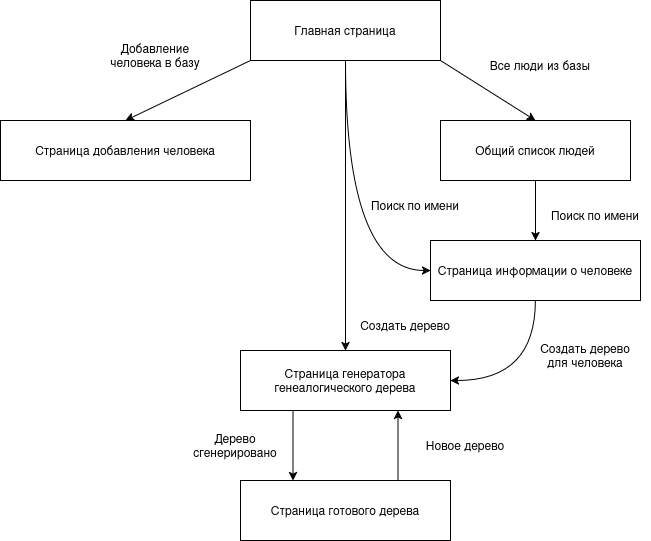
The draw.io diagram pictures/Java task webpage diagram.drawio.png in biscuit-cookie/java-prac-cmc-msu, before a commit. Source tidied: cells renumbered, new cells last; positions are measured from the earlier drawing's top-left corner, leaving out a move shared by most shapes. Its diagram source:
```xml
<mxGraphModel>
  <root>
    <mxCell id="0" />
    <mxCell id="1" parent="0" />
    <mxCell id="2" style="edgeStyle=none;rounded=0;jettySize=auto;html=1;exitX=0;exitY=1;exitDx=0;exitDy=0;entryX=0.5;entryY=0;entryDx=0;entryDy=0;" parent="1" edge="1" source="6" target="7">
      <mxGeometry relative="1" as="geometry" />
    </mxCell>
    <mxCell id="3" style="edgeStyle=none;rounded=0;jettySize=auto;html=1;exitX=1;exitY=1;exitDx=0;exitDy=0;entryX=0.5;entryY=0;entryDx=0;entryDy=0;" parent="1" edge="1" source="6" target="9">
      <mxGeometry relative="1" as="geometry" />
    </mxCell>
    <mxCell id="4" style="edgeStyle=orthogonalEdgeStyle;curved=1;rounded=0;jettySize=auto;html=1;exitX=0.5;exitY=1;exitDx=0;exitDy=0;entryX=0;entryY=0.5;entryDx=0;entryDy=0;" parent="1" edge="1" source="6" target="11">
      <mxGeometry relative="1" as="geometry" />
    </mxCell>
    <mxCell id="5" style="edgeStyle=none;rounded=0;jettySize=auto;html=1;exitX=0.5;exitY=1;exitDx=0;exitDy=0;entryX=0.5;entryY=0;entryDx=0;entryDy=0;" parent="1" edge="1" source="6" target="13">
      <mxGeometry relative="1" as="geometry" />
    </mxCell>
    <mxCell id="6" value="Главная страница" style="rounded=0;whiteSpace=wrap;html=1;" parent="1" vertex="1">
      <mxGeometry x="250" width="190" height="60" as="geometry" />
    </mxCell>
    <mxCell id="7" value="Страница добавления человека" style="rounded=0;whiteSpace=wrap;html=1;" parent="1" vertex="1">
      <mxGeometry y="120" width="250" height="60" as="geometry" />
    </mxCell>
    <mxCell id="8" style="edgeStyle=none;rounded=0;jettySize=auto;html=1;exitX=0.5;exitY=1;exitDx=0;exitDy=0;entryX=0.5;entryY=0;entryDx=0;entryDy=0;" parent="1" edge="1" source="9" target="11">
      <mxGeometry relative="1" as="geometry" />
    </mxCell>
    <mxCell id="9" value="Общий список людей" style="rounded=0;whiteSpace=wrap;html=1;" parent="1" vertex="1">
      <mxGeometry x="440" y="120" width="190" height="60" as="geometry" />
    </mxCell>
    <mxCell id="10" style="edgeStyle=orthogonalEdgeStyle;curved=1;rounded=0;jettySize=auto;html=1;exitX=0.5;exitY=1;exitDx=0;exitDy=0;entryX=1;entryY=0.5;entryDx=0;entryDy=0;" parent="1" edge="1" source="11" target="13">
      <mxGeometry relative="1" as="geometry" />
    </mxCell>
    <mxCell id="11" value="Страница информации о человеке" style="rounded=0;whiteSpace=wrap;html=1;" parent="1" vertex="1">
      <mxGeometry x="430" y="240" width="210" height="60" as="geometry" />
    </mxCell>
    <mxCell id="12" style="edgeStyle=none;rounded=0;jettySize=auto;html=1;exitX=0.25;exitY=1;exitDx=0;exitDy=0;entryX=0.25;entryY=0;entryDx=0;entryDy=0;" parent="1" edge="1" source="13" target="15">
      <mxGeometry relative="1" as="geometry" />
    </mxCell>
    <mxCell id="13" value="Страница генератора генеалогического дерева" style="rounded=0;whiteSpace=wrap;html=1;" parent="1" vertex="1">
      <mxGeometry x="240" y="350" width="210" height="60" as="geometry" />
    </mxCell>
    <mxCell id="14" style="edgeStyle=none;rounded=0;jettySize=auto;html=1;exitX=0.75;exitY=0;exitDx=0;exitDy=0;entryX=0.75;entryY=1;entryDx=0;entryDy=0;" parent="1" edge="1" source="15" target="13">
      <mxGeometry relative="1" as="geometry" />
    </mxCell>
    <mxCell id="15" value="Страница готового дерева" style="rounded=0;whiteSpace=wrap;html=1;" parent="1" vertex="1">
      <mxGeometry x="240" y="480" width="210" height="60" as="geometry" />
    </mxCell>
    <mxCell id="16" value="Добавление человека в базу" style="text;html=1;whiteSpace=wrap;strokeColor=none;fillColor=none;align=center;verticalAlign=middle;rounded=0;" parent="1" vertex="1">
      <mxGeometry x="100" y="40" width="110" height="30" as="geometry" />
    </mxCell>
    <mxCell id="17" value="Все люди из базы" style="text;html=1;whiteSpace=wrap;strokeColor=none;fillColor=none;align=center;verticalAlign=middle;rounded=0;" parent="1" vertex="1">
      <mxGeometry x="485" y="50" width="110" height="30" as="geometry" />
    </mxCell>
    <mxCell id="18" value="Поиск по имени" style="text;html=1;whiteSpace=wrap;strokeColor=none;fillColor=none;align=center;verticalAlign=middle;rounded=0;" parent="1" vertex="1">
      <mxGeometry x="540" y="200" width="110" height="30" as="geometry" />
    </mxCell>
    <mxCell id="19" value="Поиск по имени" style="text;html=1;whiteSpace=wrap;strokeColor=none;fillColor=none;align=center;verticalAlign=middle;rounded=0;" parent="1" vertex="1">
      <mxGeometry x="360" y="190" width="110" height="30" as="geometry" />
    </mxCell>
    <mxCell id="20" value="Создать дерево для человека" style="text;html=1;whiteSpace=wrap;strokeColor=none;fillColor=none;align=center;verticalAlign=middle;rounded=0;" parent="1" vertex="1">
      <mxGeometry x="530" y="340" width="110" height="30" as="geometry" />
    </mxCell>
    <mxCell id="21" value="Дерево сгенерировано" style="text;html=1;whiteSpace=wrap;strokeColor=none;fillColor=none;align=center;verticalAlign=middle;rounded=0;" parent="1" vertex="1">
      <mxGeometry x="180" y="430" width="110" height="30" as="geometry" />
    </mxCell>
    <mxCell id="22" value="Создать дерево" style="text;html=1;whiteSpace=wrap;strokeColor=none;fillColor=none;align=center;verticalAlign=middle;rounded=0;" parent="1" vertex="1">
      <mxGeometry x="350" y="310" width="110" height="30" as="geometry" />
    </mxCell>
    <mxCell id="23" value="Новое дерево" style="text;html=1;whiteSpace=wrap;strokeColor=none;fillColor=none;align=center;verticalAlign=middle;rounded=0;" parent="1" vertex="1">
      <mxGeometry x="410" y="430" width="110" height="30" as="geometry" />
    </mxCell>
  </root>
</mxGraphModel>
```
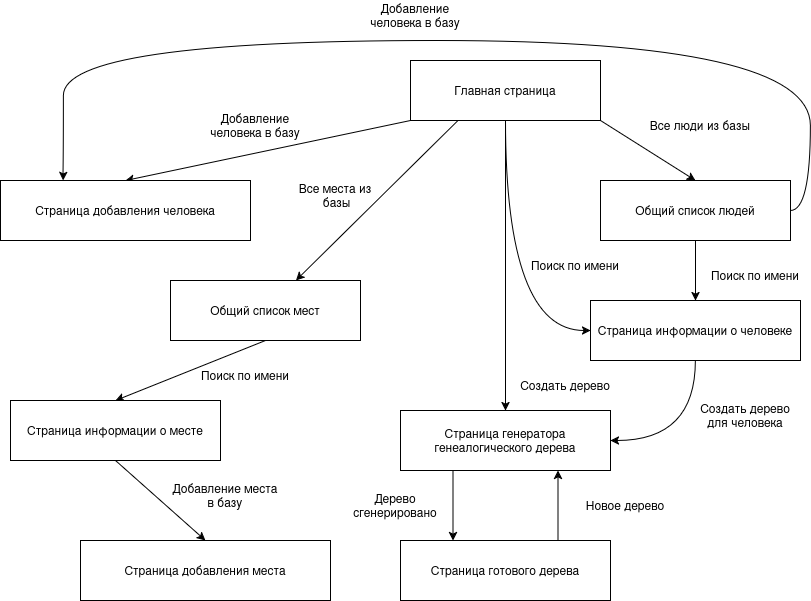
The same diagram one commit later.

Change to the diagram source:
```diff
@@ -14,15 +14,28 @@
     <mxCell id="5" style="edgeStyle=none;rounded=0;jettySize=auto;html=1;exitX=0.5;exitY=1;exitDx=0;exitDy=0;entryX=0.5;entryY=0;entryDx=0;entryDy=0;" parent="1" edge="1" source="6" target="13">
       <mxGeometry relative="1" as="geometry" />
     </mxCell>
+    <mxCell id="24" style="edgeStyle=none;rounded=0;jettySize=auto;html=1;exitX=0.25;exitY=1;exitDx=0;exitDy=0;" parent="1" edge="1" source="6" target="29">
+      <mxGeometry relative="1" as="geometry" />
+    </mxCell>
     <mxCell id="6" value="Главная страница" style="rounded=0;whiteSpace=wrap;html=1;" parent="1" vertex="1">
       <mxGeometry x="250" width="190" height="60" as="geometry" />
     </mxCell>
     <mxCell id="7" value="Страница добавления человека" style="rounded=0;whiteSpace=wrap;html=1;" parent="1" vertex="1">
-      <mxGeometry y="120" width="250" height="60" as="geometry" />
+      <mxGeometry x="-160" y="120" width="250" height="60" as="geometry" />
     </mxCell>
     <mxCell id="8" style="edgeStyle=none;rounded=0;jettySize=auto;html=1;exitX=0.5;exitY=1;exitDx=0;exitDy=0;entryX=0.5;entryY=0;entryDx=0;entryDy=0;" parent="1" edge="1" source="9" target="11">
       <mxGeometry relative="1" as="geometry" />
     </mxCell>
+    <mxCell id="25" style="edgeStyle=orthogonalEdgeStyle;curved=1;rounded=0;jettySize=auto;html=1;exitX=1;exitY=0.5;exitDx=0;exitDy=0;entryX=0.25;entryY=0;entryDx=0;entryDy=0;" parent="1" edge="1" source="9" target="7">
+      <mxGeometry relative="1" as="geometry">
+        <Array as="points">
+          <mxPoint x="650" y="150" />
+          <mxPoint x="650" y="-20" />
+          <mxPoint x="-97" y="-20" />
+          <mxPoint x="-97" y="90" />
+        </Array>
+      </mxGeometry>
+    </mxCell>
     <mxCell id="9" value="Общий список людей" style="rounded=0;whiteSpace=wrap;html=1;" parent="1" vertex="1">
       <mxGeometry x="440" y="120" width="190" height="60" as="geometry" />
     </mxCell>
@@ -45,7 +58,7 @@
       <mxGeometry x="240" y="480" width="210" height="60" as="geometry" />
     </mxCell>
     <mxCell id="16" value="Добавление человека в базу" style="text;html=1;whiteSpace=wrap;strokeColor=none;fillColor=none;align=center;verticalAlign=middle;rounded=0;" parent="1" vertex="1">
-      <mxGeometry x="100" y="40" width="110" height="30" as="geometry" />
+      <mxGeometry x="40" y="50" width="110" height="30" as="geometry" />
     </mxCell>
     <mxCell id="17" value="Все люди из базы" style="text;html=1;whiteSpace=wrap;strokeColor=none;fillColor=none;align=center;verticalAlign=middle;rounded=0;" parent="1" vertex="1">
       <mxGeometry x="485" y="50" width="110" height="30" as="geometry" />
@@ -68,5 +81,32 @@
     <mxCell id="23" value="Новое дерево" style="text;html=1;whiteSpace=wrap;strokeColor=none;fillColor=none;align=center;verticalAlign=middle;rounded=0;" parent="1" vertex="1">
       <mxGeometry x="410" y="430" width="110" height="30" as="geometry" />
     </mxCell>
+    <mxCell id="26" value="Страница добавления места" style="rounded=0;whiteSpace=wrap;html=1;" parent="1" vertex="1">
+      <mxGeometry x="-80" y="480" width="250" height="60" as="geometry" />
+    </mxCell>
+    <mxCell id="27" value="Добавление человека в базу" style="text;html=1;whiteSpace=wrap;strokeColor=none;fillColor=none;align=center;verticalAlign=middle;rounded=0;" parent="1" vertex="1">
+      <mxGeometry x="200" y="-60" width="110" height="30" as="geometry" />
+    </mxCell>
+    <mxCell id="28" style="edgeStyle=none;rounded=0;jettySize=auto;html=1;exitX=0.5;exitY=1;exitDx=0;exitDy=0;entryX=0.5;entryY=0;entryDx=0;entryDy=0;" parent="1" edge="1" source="29" target="32">
+      <mxGeometry relative="1" as="geometry" />
+    </mxCell>
+    <mxCell id="29" value="Общий список мест" style="rounded=0;whiteSpace=wrap;html=1;" parent="1" vertex="1">
+      <mxGeometry x="10" y="220" width="190" height="60" as="geometry" />
+    </mxCell>
+    <mxCell id="30" value="&lt;div&gt;Все места из&lt;/div&gt;&lt;div&gt;&amp;nbsp;базы&lt;/div&gt;" style="text;html=1;whiteSpace=wrap;strokeColor=none;fillColor=none;align=center;verticalAlign=middle;rounded=0;" parent="1" vertex="1">
+      <mxGeometry x="120" y="120" width="110" height="30" as="geometry" />
+    </mxCell>
+    <mxCell id="31" style="edgeStyle=none;rounded=0;jettySize=auto;html=1;exitX=0.5;exitY=1;exitDx=0;exitDy=0;entryX=0.5;entryY=0;entryDx=0;entryDy=0;" parent="1" edge="1" source="32" target="26">
+      <mxGeometry relative="1" as="geometry" />
+    </mxCell>
+    <mxCell id="32" value="&lt;div&gt;Страница информации о месте&lt;/div&gt;" style="rounded=0;whiteSpace=wrap;html=1;" parent="1" vertex="1">
+      <mxGeometry x="-150" y="340" width="210" height="60" as="geometry" />
+    </mxCell>
+    <mxCell id="33" value="Поиск по имени" style="text;html=1;whiteSpace=wrap;strokeColor=none;fillColor=none;align=center;verticalAlign=middle;rounded=0;" parent="1" vertex="1">
+      <mxGeometry x="30" y="300" width="110" height="30" as="geometry" />
+    </mxCell>
+    <mxCell id="34" value="Добавление места в базу" style="text;html=1;whiteSpace=wrap;strokeColor=none;fillColor=none;align=center;verticalAlign=middle;rounded=0;" parent="1" vertex="1">
+      <mxGeometry x="10" y="420" width="110" height="30" as="geometry" />
+    </mxCell>
   </root>
 </mxGraphModel>
```
